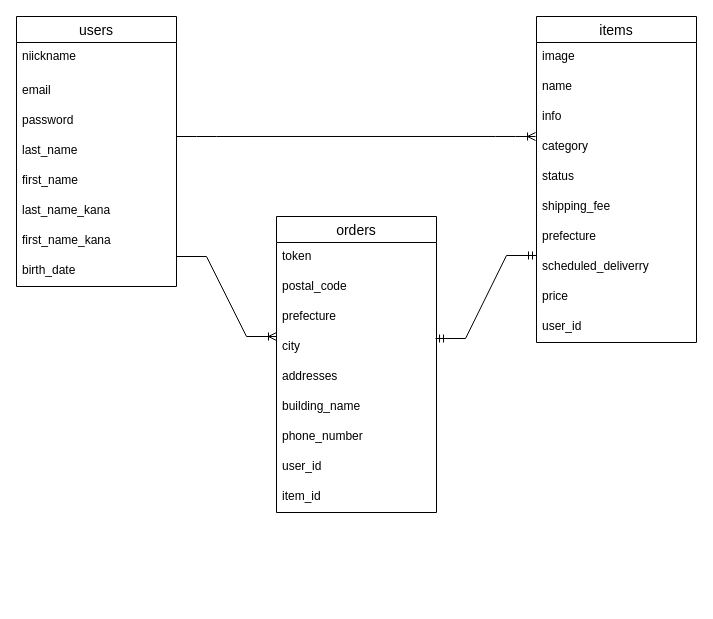
Before: ER.dio in azmamza/furima-36400, a draw.io diagram. Source tidied: cells renumbered, new cells numbered last; positions are measured from the earlier drawing's top-left corner, leaving out a move shared by most shapes. Both pictures are drawn from the tidied source at 100%, with x=0, y=0 at pixel (16, 16).
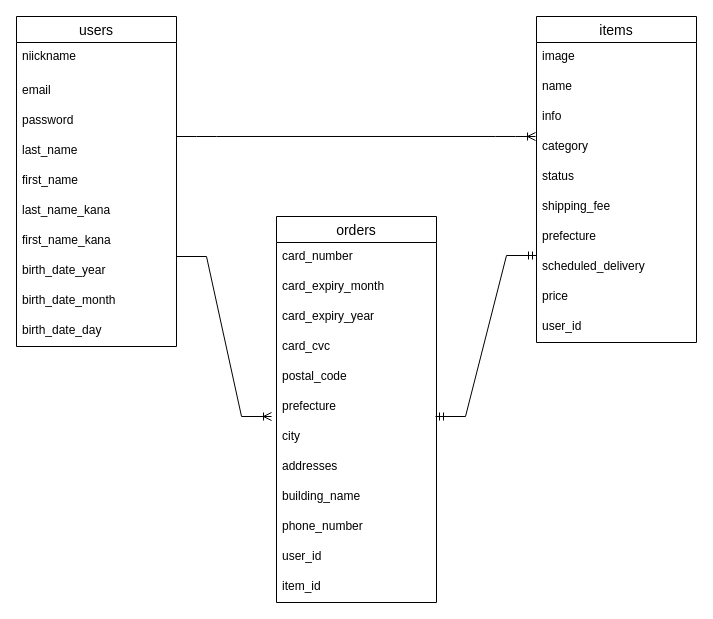
The same page after the edit.

The change refers to these unchanged cells:
```xml
<mxCell id="11" value="items" style="swimlane;fontStyle=0;horizontal=1;startSize=26;align=center;fontSize=14;" parent="1" vertex="1">
  <mxGeometry x="520" width="160" height="326" as="geometry" />
</mxCell>
```

Change to the diagram source:
```diff
@@
     <mxCell id="2" value="users" style="swimlane;fontStyle=0;horizontal=1;startSize=26;align=center;fontSize=14;" parent="1" vertex="1">
-      <mxGeometry width="160" height="270" as="geometry" />
+      <mxGeometry width="160" height="330" as="geometry" />
     </mxCell>
@@
-    <mxCell id="10" value="birth_date" style="text;strokeColor=none;fillColor=none;spacingLeft=4;spacingRight=4;overflow=hidden;fontSize=12;" parent="2" vertex="1">
+    <mxCell id="10" value="birth_date_year" style="text;strokeColor=none;fillColor=none;spacingLeft=4;spacingRight=4;overflow=hidden;fontSize=12;" parent="2" vertex="1">
       <mxGeometry y="240" width="160" height="30" as="geometry" />
     </mxCell>
+    <mxCell id="35" value="birth_date_month" style="text;strokeColor=none;fillColor=none;spacingLeft=4;spacingRight=4;overflow=hidden;fontSize=12;" parent="2" vertex="1">
+      <mxGeometry y="270" width="160" height="30" as="geometry" />
+    </mxCell>
+    <mxCell id="36" value="birth_date_day" style="text;strokeColor=none;fillColor=none;spacingLeft=4;spacingRight=4;overflow=hidden;fontSize=12;" parent="2" vertex="1">
+      <mxGeometry y="300" width="160" height="30" as="geometry" />
+    </mxCell>
@@
-    <mxCell id="19" value="scheduled_deliverry" style="text;strokeColor=none;fillColor=none;spacingLeft=4;spacingRight=4;overflow=hidden;fontSize=12;" parent="11" vertex="1">
+    <mxCell id="19" value="scheduled_delivery" style="text;strokeColor=none;fillColor=none;spacingLeft=4;spacingRight=4;overflow=hidden;fontSize=12;" parent="11" vertex="1">
       <mxGeometry y="236" width="160" height="30" as="geometry" />
     </mxCell>
@@
     <mxCell id="22" value="orders" style="swimlane;fontStyle=0;horizontal=1;startSize=26;align=center;fontSize=14;" parent="1" vertex="1">
-      <mxGeometry x="260" y="200" width="160" height="296" as="geometry" />
+      <mxGeometry x="260" y="200" width="160" height="386" as="geometry" />
     </mxCell>
+    <mxCell id="37" value="card_number" style="text;strokeColor=none;fillColor=none;spacingLeft=4;spacingRight=4;overflow=hidden;fontSize=12;" parent="22" vertex="1">
+      <mxGeometry y="26" width="160" height="30" as="geometry" />
+    </mxCell>
-    <mxCell id="23" value="token" style="text;strokeColor=none;fillColor=none;spacingLeft=4;spacingRight=4;overflow=hidden;fontSize=12;" parent="22" vertex="1">
-      <mxGeometry y="26" width="160" height="30" as="geometry" />
+    <mxCell id="23" value="card_expiry_month" style="text;strokeColor=none;fillColor=none;spacingLeft=4;spacingRight=4;overflow=hidden;fontSize=12;" parent="22" vertex="1">
+      <mxGeometry y="56" width="160" height="30" as="geometry" />
     </mxCell>
+    <mxCell id="38" value="card_expiry_year" style="text;strokeColor=none;fillColor=none;spacingLeft=4;spacingRight=4;overflow=hidden;fontSize=12;" parent="22" vertex="1">
+      <mxGeometry y="86" width="160" height="30" as="geometry" />
+    </mxCell>
+    <mxCell id="39" value="card_cvc" style="text;strokeColor=none;fillColor=none;spacingLeft=4;spacingRight=4;overflow=hidden;fontSize=12;" parent="22" vertex="1">
+      <mxGeometry y="116" width="160" height="30" as="geometry" />
+    </mxCell>
     <mxCell id="24" value="postal_code" style="text;strokeColor=none;fillColor=none;spacingLeft=4;spacingRight=4;overflow=hidden;fontSize=12;" parent="22" vertex="1">
-      <mxGeometry y="56" width="160" height="30" as="geometry" />
+      <mxGeometry y="146" width="160" height="30" as="geometry" />
     </mxCell>
     <mxCell id="25" value="prefecture" style="text;strokeColor=none;fillColor=none;spacingLeft=4;spacingRight=4;overflow=hidden;points=[[0,0.5],[1,0.5]];portConstraint=eastwest;fontSize=12;" parent="22" vertex="1">
-      <mxGeometry y="86" width="160" height="30" as="geometry" />
+      <mxGeometry y="176" width="160" height="30" as="geometry" />
     </mxCell>
     <mxCell id="26" value="city" style="text;strokeColor=none;fillColor=none;spacingLeft=4;spacingRight=4;overflow=hidden;points=[[0,0.5],[1,0.5]];portConstraint=eastwest;fontSize=12;" parent="22" vertex="1">
-      <mxGeometry y="116" width="160" height="30" as="geometry" />
+      <mxGeometry y="206" width="160" height="30" as="geometry" />
     </mxCell>
     <mxCell id="27" value="addresses" style="text;strokeColor=none;fillColor=none;spacingLeft=4;spacingRight=4;overflow=hidden;fontSize=12;" parent="22" vertex="1">
-      <mxGeometry y="146" width="160" height="30" as="geometry" />
+      <mxGeometry y="236" width="160" height="30" as="geometry" />
     </mxCell>
     <mxCell id="28" value="building_name" style="text;strokeColor=none;fillColor=none;spacingLeft=4;spacingRight=4;overflow=hidden;fontSize=12;" parent="22" vertex="1">
-      <mxGeometry y="176" width="160" height="30" as="geometry" />
+      <mxGeometry y="266" width="160" height="30" as="geometry" />
     </mxCell>
     <mxCell id="29" value="phone_number" style="text;strokeColor=none;fillColor=none;spacingLeft=4;spacingRight=4;overflow=hidden;fontSize=12;" parent="22" vertex="1">
-      <mxGeometry y="206" width="160" height="30" as="geometry" />
+      <mxGeometry y="296" width="160" height="30" as="geometry" />
     </mxCell>
     <mxCell id="30" value="user_id" style="text;strokeColor=none;fillColor=none;spacingLeft=4;spacingRight=4;overflow=hidden;fontSize=12;" parent="22" vertex="1">
-      <mxGeometry y="236" width="160" height="30" as="geometry" />
+      <mxGeometry y="326" width="160" height="30" as="geometry" />
     </mxCell>
     <mxCell id="31" value="item_id" style="text;strokeColor=none;fillColor=none;spacingLeft=4;spacingRight=4;overflow=hidden;fontSize=12;" parent="22" vertex="1">
-      <mxGeometry y="266" width="160" height="30" as="geometry" />
+      <mxGeometry y="356" width="160" height="30" as="geometry" />
     </mxCell>
@@
-    <mxCell id="33" style="edgeStyle=entityRelationEdgeStyle;fontSize=12;html=1;endArrow=ERmandOne;startArrow=ERmandOne;rounded=0;exitX=0.994;exitY=0.2;exitDx=0;exitDy=0;exitPerimeter=0;" parent="1" edge="1" source="26">
+    <mxCell id="33" style="edgeStyle=entityRelationEdgeStyle;fontSize=12;html=1;endArrow=ERmandOne;startArrow=ERmandOne;rounded=0;" parent="1" edge="1">
       <mxGeometry relative="1" as="geometry">
+        <mxPoint x="419" y="400" as="sourcePoint" />
         <mxPoint x="520" y="239" as="targetPoint" />
       </mxGeometry>
     </mxCell>
-    <mxCell id="34" style="edgeStyle=entityRelationEdgeStyle;fontSize=12;html=1;endArrow=ERoneToMany;rounded=0;" parent="1" edge="1">
+    <mxCell id="34" style="edgeStyle=entityRelationEdgeStyle;fontSize=12;html=1;endArrow=ERoneToMany;rounded=0;entryX=-0.031;entryY=0.8;entryDx=0;entryDy=0;entryPerimeter=0;" parent="1" edge="1" target="25">
       <mxGeometry relative="1" as="geometry">
         <mxPoint x="160" y="240" as="sourcePoint" />
-        <mxPoint x="260" y="320" as="targetPoint" />
       </mxGeometry>
     </mxCell>
```
